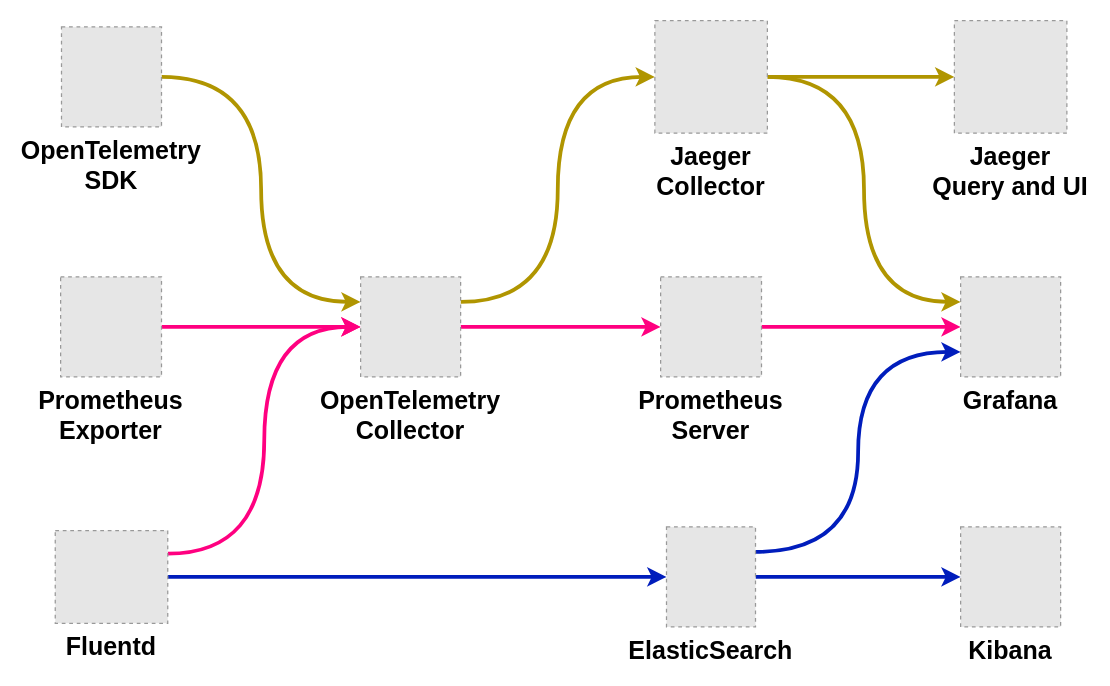
The draw.io diagram drawio/Observability.drawio in istone-you/AWS, before the edit. Source tidied: cells renumbered, new cells numbered last; positions are measured from the earlier drawing's top-left corner, leaving out a move shared by most shapes. Both pictures are drawn from the tidied source at 125%, with x=0, y=0 at pixel (55, 20). Pictures stored in the file or linked from it are replaced by grey dashed boxes.
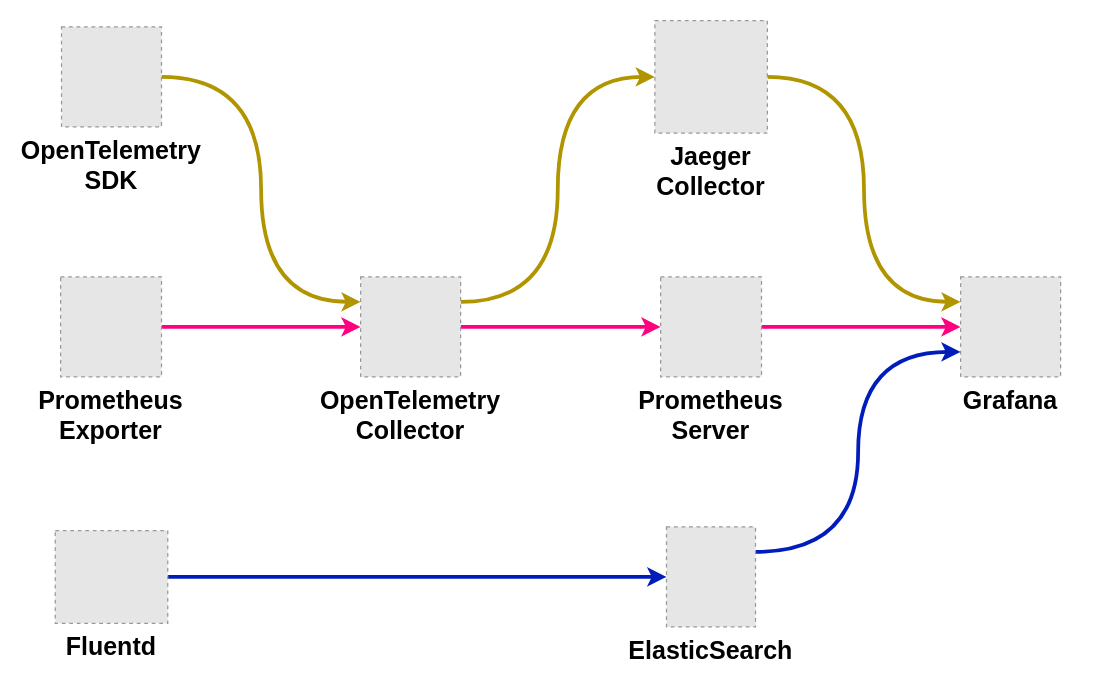
After the change.

The change refers to these unchanged cells:
```xml
<mxCell id="10" value="OpenTelemetry&#10;Collector" style="fillColor=#E6E6E6;strokeColor=#999999;dashed=1;verticalLabelPosition=bottom;labelBackgroundColor=default;verticalAlign=top;fontSize=20;fontStyle=1;" parent="1" vertex="1">
  <mxGeometry x="244" y="205" width="80" height="80" as="geometry" />
</mxCell>
<mxCell id="14" value="ElasticSearch" style="fillColor=#E6E6E6;strokeColor=#999999;dashed=1;verticalLabelPosition=bottom;labelBackgroundColor=default;verticalAlign=top;fontSize=20;fontStyle=1;" parent="1" vertex="1">
  <mxGeometry x="488.7" y="405" width="71.2" height="80" as="geometry" />
</mxCell>
<mxCell id="20" value="Jaeger&#10;Collector" style="fillColor=#E6E6E6;strokeColor=#999999;dashed=1;verticalLabelPosition=bottom;labelBackgroundColor=default;verticalAlign=top;fontSize=20;fontStyle=1;" parent="1" vertex="1">
  <mxGeometry x="479.4" width="90" height="90" as="geometry" />
</mxCell>
<mxCell id="22" value="Fluentd" style="fillColor=#E6E6E6;strokeColor=#999999;dashed=1;verticalLabelPosition=bottom;labelBackgroundColor=default;verticalAlign=top;fontSize=20;fontStyle=1;" parent="1" vertex="1">
  <mxGeometry x="-0.3" y="407.9" width="90" height="74.2" as="geometry" />
</mxCell>
```

The edit, as a diff of the source:
```diff
@@
-    <mxCell id="4" style="edgeStyle=orthogonalEdgeStyle;curved=1;jettySize=auto;html=1;exitX=1;exitY=0.25;exitDx=0;exitDy=0;strokeColor=#FF0080;strokeWidth=3;fontSize=20;entryX=0;entryY=0.5;entryDx=0;entryDy=0;" parent="1" edge="1" source="22" target="10">
-      <mxGeometry relative="1" as="geometry" />
-    </mxCell>
@@
-    <mxCell id="11" value="Kibana" style="fillColor=#E6E6E6;strokeColor=#999999;dashed=1;verticalLabelPosition=bottom;labelBackgroundColor=default;verticalAlign=top;fontSize=20;fontStyle=1;" parent="1" vertex="1">
-      <mxGeometry x="724" y="405" width="80" height="80" as="geometry" />
-    </mxCell>
-    <mxCell id="12" style="edgeStyle=orthogonalEdgeStyle;curved=1;jettySize=auto;html=1;exitX=1;exitY=0.5;exitDx=0;exitDy=0;entryX=0;entryY=0.5;entryDx=0;entryDy=0;strokeColor=#001DBC;strokeWidth=3;fontSize=20;" parent="1" edge="1" source="14" target="11">
-      <mxGeometry relative="1" as="geometry" />
-    </mxCell>
@@
-    <mxCell id="18" style="edgeStyle=orthogonalEdgeStyle;curved=1;jettySize=auto;html=1;exitX=1;exitY=0.5;exitDx=0;exitDy=0;strokeColor=#B09500;strokeWidth=3;fontSize=20;" parent="1" edge="1" source="20" target="21">
-      <mxGeometry relative="1" as="geometry" />
-    </mxCell>
@@
-    <mxCell id="21" value="Jaeger&#10;Query and UI" style="fillColor=#E6E6E6;strokeColor=#999999;dashed=1;verticalLabelPosition=bottom;labelBackgroundColor=default;verticalAlign=top;fontSize=20;fontStyle=1;" parent="1" vertex="1">
-      <mxGeometry x="719" width="90" height="90" as="geometry" />
-    </mxCell>
```
